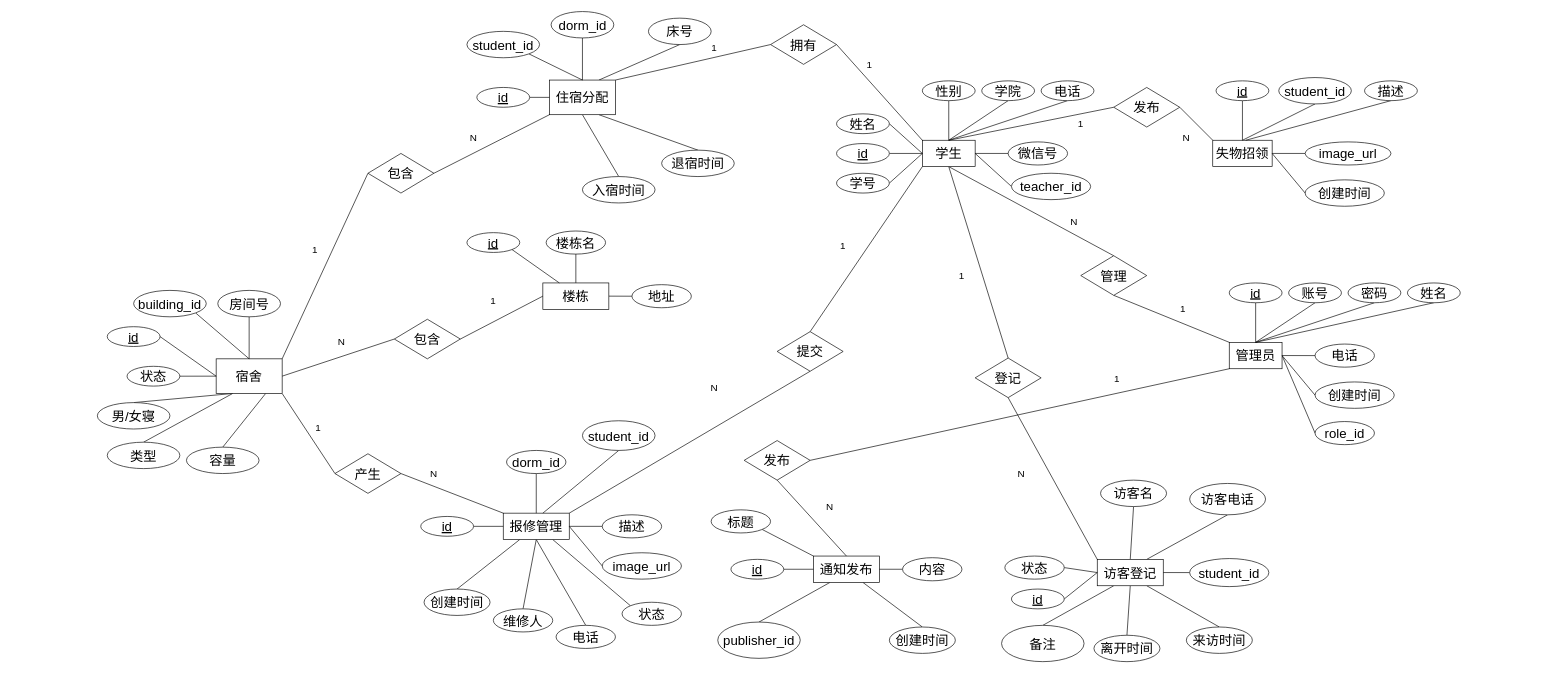
The draw.io diagram ER图.drawio in lyb040701/draw, before the edit. Source tidied: cells renumbered, new cells numbered last; positions are measured from the earlier drawing's top-left corner, leaving out a move shared by most shapes. Both pictures are drawn from the tidied source at 66%, with x=0, y=0 at pixel (97, 11).
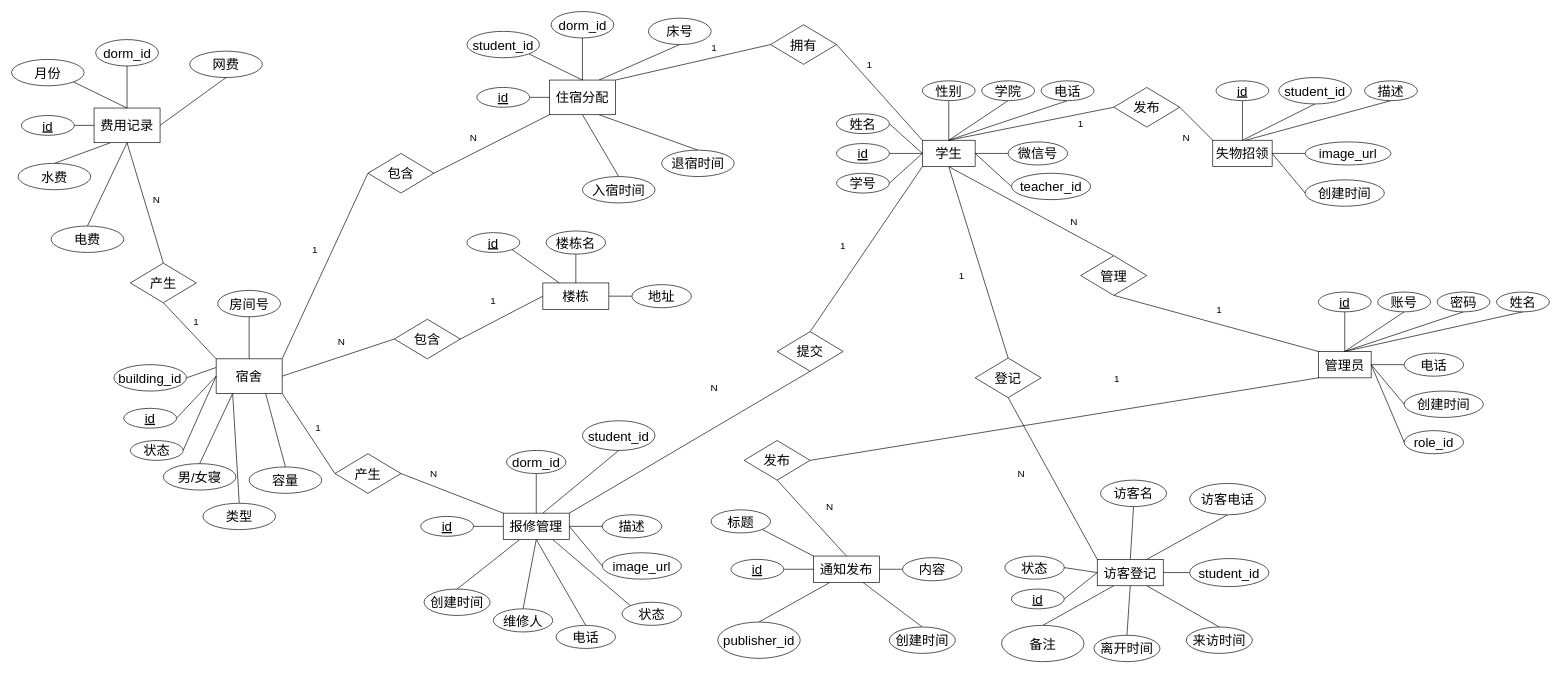
After the change.

Unchanged cells that the change refers to:
```xml
<mxCell id="80" value="&lt;font style=&quot;font-size: 20px;&quot;&gt;宿舍&lt;/font&gt;" style="rounded=0;whiteSpace=wrap;html=1;" parent="1" vertex="1">
  <mxGeometry x="180" y="526.2" width="100" height="52.5" as="geometry" />
</mxCell>
```

Change to the diagram source:
```diff
@@
     <mxCell id="22" value="&lt;font style=&quot;font-size: 20px;&quot;&gt;管理员&lt;/font&gt;" style="rounded=0;whiteSpace=wrap;html=1;" parent="1" vertex="1">
-      <mxGeometry x="1715" y="501.2" width="80" height="40" as="geometry" />
+      <mxGeometry x="1850" y="515" width="80" height="40" as="geometry" />
     </mxCell>
     <mxCell id="23" style="endArrow=none;html=1;rounded=0;" parent="1" edge="1" target="24">
       <mxGeometry relative="1" as="geometry">
-        <mxPoint x="1795" y="521.2" as="sourcePoint" />
+        <mxPoint x="1930" y="535" as="sourcePoint" />
       </mxGeometry>
     </mxCell>
     <mxCell id="24" value="&lt;font style=&quot;font-size: 20px;&quot;&gt;电话&lt;/font&gt;" style="ellipse;whiteSpace=wrap;html=1;" parent="1" vertex="1">
-      <mxGeometry x="1845" y="503.8" width="90" height="35" as="geometry" />
+      <mxGeometry x="1980" y="517.5" width="90" height="35" as="geometry" />
     </mxCell>
@@
     <mxCell id="26" value="&lt;font style=&quot;font-size: 20px;&quot;&gt;创建时间&lt;/font&gt;" style="ellipse;whiteSpace=wrap;html=1;" parent="1" vertex="1">
-      <mxGeometry x="1845" y="561.2" width="120" height="40" as="geometry" />
+      <mxGeometry x="1980" y="575" width="120" height="40" as="geometry" />
     </mxCell>
@@
     <mxCell id="28" value="&lt;span style=&quot;font-size: 20px;&quot;&gt;&lt;u&gt;id&lt;/u&gt;&lt;/span&gt;" style="ellipse;whiteSpace=wrap;html=1;" parent="1" vertex="1">
-      <mxGeometry x="1715" y="411.2" width="80" height="30" as="geometry" />
+      <mxGeometry x="1850" y="425" width="80" height="30" as="geometry" />
     </mxCell>
@@
     <mxCell id="30" value="&lt;span style=&quot;font-size: 20px;&quot;&gt;账号&lt;/span&gt;" style="ellipse;whiteSpace=wrap;html=1;" parent="1" vertex="1">
-      <mxGeometry x="1805" y="411.2" width="80" height="30" as="geometry" />
+      <mxGeometry x="1940" y="425" width="80" height="30" as="geometry" />
     </mxCell>
     <mxCell id="31" style="edgeStyle=none;rounded=0;jettySize=auto;html=1;exitX=0.5;exitY=1;exitDx=0;exitDy=0;endArrow=none;endFill=0;" parent="1" edge="1" source="32">
       <mxGeometry relative="1" as="geometry">
-        <mxPoint x="1755" y="501.2" as="targetPoint" />
+        <mxPoint x="1890" y="515" as="targetPoint" />
       </mxGeometry>
     </mxCell>
     <mxCell id="32" value="&lt;span style=&quot;font-size: 20px;&quot;&gt;密码&lt;/span&gt;" style="ellipse;whiteSpace=wrap;html=1;" parent="1" vertex="1">
-      <mxGeometry x="1895" y="411.2" width="80" height="30" as="geometry" />
+      <mxGeometry x="2030" y="425" width="80" height="30" as="geometry" />
     </mxCell>
@@
     <mxCell id="34" value="&lt;span style=&quot;font-size: 20px;&quot;&gt;姓名&lt;/span&gt;" style="ellipse;whiteSpace=wrap;html=1;" parent="1" vertex="1">
-      <mxGeometry x="1985" y="411.2" width="80" height="30" as="geometry" />
+      <mxGeometry x="2120" y="425" width="80" height="30" as="geometry" />
     </mxCell>
     <mxCell id="35" value="&lt;font style=&quot;font-size: 20px;&quot;&gt;role_id&lt;br&gt;&lt;/font&gt;" style="ellipse;whiteSpace=wrap;html=1;" parent="1" vertex="1">
-      <mxGeometry x="1845" y="621.2" width="90" height="35" as="geometry" />
+      <mxGeometry x="1980" y="635" width="90" height="35" as="geometry" />
     </mxCell>
@@
     <mxCell id="39" value="&lt;font style=&quot;font-size: 15px;&quot;&gt;1&lt;/font&gt;" style="text;html=1;whiteSpace=wrap;strokeColor=none;fillColor=none;align=center;verticalAlign=middle;rounded=0;fontFamily=Helvetica;fontSize=11;fontColor=default;labelBackgroundColor=default;" parent="1" vertex="1">
-      <mxGeometry x="1615" y="435" width="60" height="30" as="geometry" />
+      <mxGeometry x="1670" y="436.2" width="60" height="30" as="geometry" />
     </mxCell>
@@
     <mxCell id="82" value="&lt;span style=&quot;font-size: 20px;&quot;&gt;&lt;u&gt;id&lt;/u&gt;&lt;/span&gt;" style="ellipse;whiteSpace=wrap;html=1;" parent="1" vertex="1">
-      <mxGeometry x="15" y="477.5" width="80" height="30" as="geometry" />
+      <mxGeometry x="40" y="601.2" width="80" height="30" as="geometry" />
     </mxCell>
-    <mxCell id="83" style="edgeStyle=none;shape=connector;rounded=0;jettySize=auto;html=1;exitX=1;exitY=1;exitDx=0;exitDy=0;entryX=0.5;entryY=0;entryDx=0;entryDy=0;strokeColor=default;align=center;verticalAlign=middle;fontFamily=Helvetica;fontSize=11;fontColor=default;labelBackgroundColor=default;endArrow=none;endFill=0;" parent="1" edge="1" source="84" target="80">
+    <mxCell id="83" style="edgeStyle=none;shape=connector;rounded=0;jettySize=auto;html=1;exitX=1;exitY=0.5;exitDx=0;exitDy=0;entryX=0;entryY=0.25;entryDx=0;entryDy=0;strokeColor=default;align=center;verticalAlign=middle;fontFamily=Helvetica;fontSize=11;fontColor=default;labelBackgroundColor=default;endArrow=none;endFill=0;" parent="1" edge="1" source="84" target="80">
       <mxGeometry relative="1" as="geometry" />
     </mxCell>
     <mxCell id="84" value="&lt;span style=&quot;font-size: 20px;&quot;&gt;building_id&lt;/span&gt;" style="ellipse;whiteSpace=wrap;html=1;" parent="1" vertex="1">
-      <mxGeometry x="55" y="422.5" width="110" height="40" as="geometry" />
+      <mxGeometry x="25" y="535" width="110" height="40" as="geometry" />
     </mxCell>
@@
     <mxCell id="87" value="&lt;span style=&quot;font-size: 20px;&quot;&gt;男/女寝&lt;/span&gt;" style="ellipse;whiteSpace=wrap;html=1;" parent="1" vertex="1">
-      <mxGeometry y="592.5" width="110" height="40" as="geometry" />
+      <mxGeometry x="100" y="685" width="110" height="40" as="geometry" />
     </mxCell>
     <mxCell id="88" value="&lt;font style=&quot;font-size: 20px;&quot;&gt;容量&lt;/font&gt;" style="ellipse;whiteSpace=wrap;html=1;" parent="1" vertex="1">
-      <mxGeometry x="135" y="660" width="110" height="40" as="geometry" />
+      <mxGeometry x="230" y="690" width="110" height="40" as="geometry" />
     </mxCell>
@@
     <mxCell id="90" value="&lt;span style=&quot;font-size: 20px;&quot;&gt;状态&lt;/span&gt;" style="ellipse;whiteSpace=wrap;html=1;" parent="1" vertex="1">
-      <mxGeometry x="45" y="537.5" width="80" height="30" as="geometry" />
+      <mxGeometry x="50" y="650" width="80" height="30" as="geometry" />
     </mxCell>
     <mxCell id="91" value="&lt;span style=&quot;font-size: 20px;&quot;&gt;类型&lt;/span&gt;" style="ellipse;whiteSpace=wrap;html=1;" parent="1" vertex="1">
-      <mxGeometry x="15" y="652.5" width="110" height="40" as="geometry" />
+      <mxGeometry x="160" y="745" width="110" height="40" as="geometry" />
     </mxCell>
@@
+    <mxCell id="176" style="edgeStyle=none;shape=connector;rounded=0;jettySize=auto;html=1;exitX=0.25;exitY=1;exitDx=0;exitDy=0;strokeColor=default;align=center;verticalAlign=middle;fontFamily=Helvetica;fontSize=11;fontColor=default;labelBackgroundColor=default;endArrow=none;endFill=0;entryX=0.5;entryY=0;entryDx=0;entryDy=0;" parent="1" edge="1" source="178" target="185">
+      <mxGeometry relative="1" as="geometry" />
+    </mxCell>
+    <mxCell id="177" style="edgeStyle=none;shape=connector;rounded=0;jettySize=auto;html=1;exitX=1;exitY=0.5;exitDx=0;exitDy=0;entryX=0.5;entryY=1;entryDx=0;entryDy=0;strokeColor=default;align=center;verticalAlign=middle;fontFamily=Helvetica;fontSize=11;fontColor=default;labelBackgroundColor=default;endArrow=none;endFill=0;" parent="1" edge="1" source="178" target="188">
+      <mxGeometry relative="1" as="geometry" />
+    </mxCell>
+    <mxCell id="178" value="&lt;font style=&quot;font-size: 20px;&quot;&gt;费用记录&lt;/font&gt;" style="rounded=0;whiteSpace=wrap;html=1;" parent="1" vertex="1">
+      <mxGeometry x="-5" y="146.2" width="100" height="52.5" as="geometry" />
+    </mxCell>
+    <mxCell id="179" style="edgeStyle=none;shape=connector;rounded=0;jettySize=auto;html=1;exitX=1;exitY=0.5;exitDx=0;exitDy=0;entryX=0;entryY=0.5;entryDx=0;entryDy=0;strokeColor=default;align=center;verticalAlign=middle;fontFamily=Helvetica;fontSize=11;fontColor=default;labelBackgroundColor=default;endArrow=none;endFill=0;" parent="1" edge="1" source="180" target="178">
+      <mxGeometry relative="1" as="geometry" />
+    </mxCell>
+    <mxCell id="180" value="&lt;span style=&quot;font-size: 20px;&quot;&gt;&lt;u&gt;id&lt;/u&gt;&lt;/span&gt;" style="ellipse;whiteSpace=wrap;html=1;" parent="1" vertex="1">
+      <mxGeometry x="-115" y="157.5" width="80" height="30" as="geometry" />
+    </mxCell>
+    <mxCell id="181" style="edgeStyle=none;shape=connector;rounded=0;jettySize=auto;html=1;exitX=1;exitY=1;exitDx=0;exitDy=0;entryX=0.5;entryY=0;entryDx=0;entryDy=0;strokeColor=default;align=center;verticalAlign=middle;fontFamily=Helvetica;fontSize=11;fontColor=default;labelBackgroundColor=default;endArrow=none;endFill=0;" parent="1" edge="1" source="182" target="178">
+      <mxGeometry relative="1" as="geometry" />
+    </mxCell>
+    <mxCell id="182" value="&lt;span style=&quot;font-size: 20px;&quot;&gt;月份&lt;/span&gt;" style="ellipse;whiteSpace=wrap;html=1;" parent="1" vertex="1">
+      <mxGeometry x="-130" y="72.5" width="110" height="40" as="geometry" />
+    </mxCell>
+    <mxCell id="183" style="edgeStyle=none;shape=connector;rounded=0;jettySize=auto;html=1;exitX=0.5;exitY=1;exitDx=0;exitDy=0;strokeColor=default;align=center;verticalAlign=middle;fontFamily=Helvetica;fontSize=11;fontColor=default;labelBackgroundColor=default;endArrow=none;endFill=0;entryX=0.5;entryY=0;entryDx=0;entryDy=0;" parent="1" edge="1" source="184" target="178">
+      <mxGeometry relative="1" as="geometry" />
+    </mxCell>
+    <mxCell id="184" value="&lt;span style=&quot;font-size: 20px;&quot;&gt;dorm_id&lt;/span&gt;" style="ellipse;whiteSpace=wrap;html=1;" parent="1" vertex="1">
+      <mxGeometry x="-2.5" y="42.5" width="95" height="40" as="geometry" />
+    </mxCell>
+    <mxCell id="185" value="&lt;span style=&quot;font-size: 20px;&quot;&gt;水费&lt;/span&gt;" style="ellipse;whiteSpace=wrap;html=1;" parent="1" vertex="1">
+      <mxGeometry x="-120" y="230" width="110" height="40" as="geometry" />
+    </mxCell>
+    <mxCell id="186" style="edgeStyle=none;shape=connector;rounded=0;jettySize=auto;html=1;strokeColor=default;align=center;verticalAlign=middle;fontFamily=Helvetica;fontSize=11;fontColor=default;labelBackgroundColor=default;endArrow=none;endFill=0;exitX=0.5;exitY=1;exitDx=0;exitDy=0;entryX=0.5;entryY=0;entryDx=0;entryDy=0;" parent="1" edge="1" source="178" target="187">
+      <mxGeometry relative="1" as="geometry" />
+    </mxCell>
+    <mxCell id="187" value="&lt;span style=&quot;font-size: 20px;&quot;&gt;电费&lt;/span&gt;" style="ellipse;whiteSpace=wrap;html=1;" parent="1" vertex="1">
+      <mxGeometry x="-70" y="325" width="110" height="40" as="geometry" />
+    </mxCell>
+    <mxCell id="188" value="&lt;span style=&quot;font-size: 20px;&quot;&gt;网费&lt;/span&gt;" style="ellipse;whiteSpace=wrap;html=1;" parent="1" vertex="1">
+      <mxGeometry x="140" y="60" width="110" height="40" as="geometry" />
+    </mxCell>
+    <mxCell id="189" style="edgeStyle=none;shape=connector;rounded=0;jettySize=auto;html=1;exitX=0.5;exitY=1;exitDx=0;exitDy=0;entryX=0;entryY=0;entryDx=0;entryDy=0;strokeColor=default;align=center;verticalAlign=middle;fontFamily=Helvetica;fontSize=11;fontColor=default;labelBackgroundColor=default;endArrow=none;endFill=0;" parent="1" edge="1" source="191" target="80">
+      <mxGeometry relative="1" as="geometry" />
+    </mxCell>
+    <mxCell id="190" style="edgeStyle=none;shape=connector;rounded=0;jettySize=auto;html=1;exitX=0.5;exitY=0;exitDx=0;exitDy=0;entryX=0.5;entryY=1;entryDx=0;entryDy=0;strokeColor=default;align=center;verticalAlign=middle;fontFamily=Helvetica;fontSize=11;fontColor=default;labelBackgroundColor=default;endArrow=none;endFill=0;" parent="1" edge="1" source="191" target="178">
+      <mxGeometry relative="1" as="geometry" />
+    </mxCell>
+    <mxCell id="191" value="&lt;font style=&quot;font-size: 20px;&quot;&gt;产生&lt;/font&gt;" style="rhombus;whiteSpace=wrap;html=1;fontFamily=Helvetica;fontSize=11;fontColor=default;labelBackgroundColor=default;" parent="1" vertex="1">
+      <mxGeometry x="50" y="381.2" width="100" height="60" as="geometry" />
+    </mxCell>
+    <mxCell id="192" value="&lt;font style=&quot;font-size: 15px;&quot;&gt;N&lt;/font&gt;" style="text;html=1;whiteSpace=wrap;strokeColor=none;fillColor=none;align=center;verticalAlign=middle;rounded=0;fontFamily=Helvetica;fontSize=11;fontColor=default;labelBackgroundColor=default;" parent="1" vertex="1">
+      <mxGeometry x="60" y="270" width="60" height="30" as="geometry" />
+    </mxCell>
+    <mxCell id="193" value="&lt;font style=&quot;font-size: 15px;&quot;&gt;1&lt;/font&gt;" style="text;html=1;whiteSpace=wrap;strokeColor=none;fillColor=none;align=center;verticalAlign=middle;rounded=0;fontFamily=Helvetica;fontSize=11;fontColor=default;labelBackgroundColor=default;" parent="1" vertex="1">
+      <mxGeometry x="120" y="455" width="60" height="30" as="geometry" />
+    </mxCell>
```
